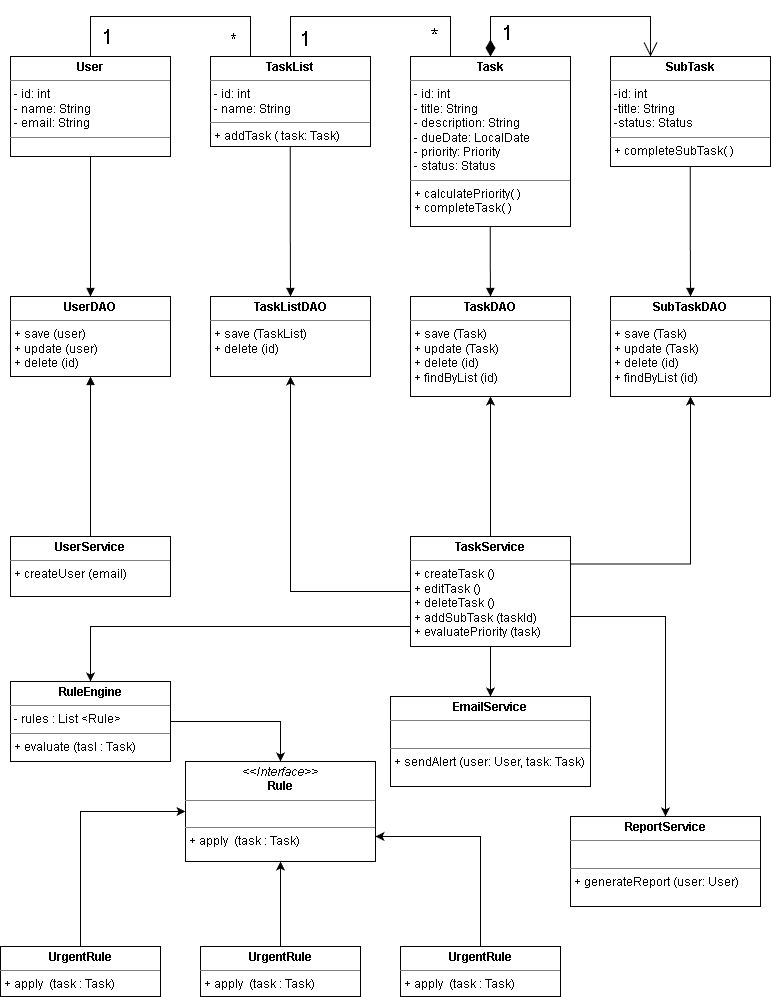
Earlier version of the draw.io export docs/uml/Diagrama_De_Clases.png (Ricardododo/PRIORIZA). Source tidied: cells renumbered, new cells last; positions are measured from the earlier drawing's top-left corner, leaving out a move shared by most shapes. Source of this version:
```xml
<mxGraphModel>
  <root>
    <mxCell id="0" />
    <mxCell id="1" parent="0" />
    <mxCell id="2" value="&lt;p style=&quot;margin:0px;margin-top:4px;text-align:center;&quot;&gt;&lt;b&gt;User&lt;/b&gt;&lt;/p&gt;&lt;hr size=&quot;1&quot; style=&quot;border-style:solid;&quot;&gt;&lt;p style=&quot;margin:0px;margin-left:4px;&quot;&gt;- id: int&lt;/p&gt;&lt;p style=&quot;margin:0px;margin-left:4px;&quot;&gt;- name: String&lt;/p&gt;&lt;p style=&quot;margin:0px;margin-left:4px;&quot;&gt;- email: String&lt;/p&gt;&lt;hr size=&quot;1&quot; style=&quot;border-style:solid;&quot;&gt;&lt;p style=&quot;margin:0px;margin-left:4px;&quot;&gt;&lt;br&gt;&lt;/p&gt;" style="verticalAlign=top;align=left;overflow=fill;html=1;whiteSpace=wrap;" parent="1" vertex="1">
      <mxGeometry x="10" y="40" width="160" height="100" as="geometry" />
    </mxCell>
    <mxCell id="3" value="&lt;p style=&quot;margin:0px;margin-top:4px;text-align:center;&quot;&gt;&lt;b&gt;TaskList&lt;/b&gt;&lt;/p&gt;&lt;hr size=&quot;1&quot; style=&quot;border-style:solid;&quot;&gt;&lt;p style=&quot;margin:0px;margin-left:4px;&quot;&gt;- id: int&lt;/p&gt;&lt;p style=&quot;margin:0px;margin-left:4px;&quot;&gt;- name: String&lt;/p&gt;&lt;hr size=&quot;1&quot; style=&quot;border-style:solid;&quot;&gt;&lt;p style=&quot;margin:0px;margin-left:4px;&quot;&gt;+ addTask ( task: Task)&lt;/p&gt;" style="verticalAlign=top;align=left;overflow=fill;html=1;whiteSpace=wrap;" parent="1" vertex="1">
      <mxGeometry x="210" y="40" width="160" height="90" as="geometry" />
    </mxCell>
    <mxCell id="4" value="&lt;p style=&quot;margin:0px;margin-top:4px;text-align:center;&quot;&gt;&lt;b&gt;Task&lt;/b&gt;&lt;/p&gt;&lt;hr size=&quot;1&quot; style=&quot;border-style:solid;&quot;&gt;&lt;p style=&quot;margin:0px;margin-left:4px;&quot;&gt;- id: int&lt;/p&gt;&lt;p style=&quot;margin:0px;margin-left:4px;&quot;&gt;- title: String&lt;/p&gt;&lt;p style=&quot;margin:0px;margin-left:4px;&quot;&gt;- description: String&lt;/p&gt;&lt;p style=&quot;margin:0px;margin-left:4px;&quot;&gt;- dueDate: LocalDate&lt;/p&gt;&lt;p style=&quot;margin:0px;margin-left:4px;&quot;&gt;- priority: Priority&lt;/p&gt;&lt;p style=&quot;margin:0px;margin-left:4px;&quot;&gt;- status: Status&lt;/p&gt;&lt;hr size=&quot;1&quot; style=&quot;border-style:solid;&quot;&gt;&lt;p style=&quot;margin:0px;margin-left:4px;&quot;&gt;+ calculatePriority( )&lt;/p&gt;&lt;p style=&quot;margin:0px;margin-left:4px;&quot;&gt;+ completeTask( )&lt;/p&gt;" style="verticalAlign=top;align=left;overflow=fill;html=1;whiteSpace=wrap;" parent="1" vertex="1">
      <mxGeometry x="410" y="40" width="160" height="170" as="geometry" />
    </mxCell>
    <mxCell id="5" value="&lt;p style=&quot;margin:0px;margin-top:4px;text-align:center;&quot;&gt;&lt;b&gt;SubTask&lt;/b&gt;&lt;/p&gt;&lt;hr size=&quot;1&quot; style=&quot;border-style:solid;&quot;&gt;&lt;p style=&quot;margin:0px;margin-left:4px;&quot;&gt;-id: int&lt;/p&gt;&lt;p style=&quot;margin:0px;margin-left:4px;&quot;&gt;-title: String&lt;/p&gt;&lt;p style=&quot;margin:0px;margin-left:4px;&quot;&gt;-status: Status&lt;/p&gt;&lt;hr size=&quot;1&quot; style=&quot;border-style:solid;&quot;&gt;&lt;p style=&quot;margin:0px;margin-left:4px;&quot;&gt;+ completeSubTask( )&lt;/p&gt;" style="verticalAlign=top;align=left;overflow=fill;html=1;whiteSpace=wrap;" parent="1" vertex="1">
      <mxGeometry x="610" y="40" width="160" height="110" as="geometry" />
    </mxCell>
    <mxCell id="6" value="&lt;p style=&quot;margin:0px;margin-top:4px;text-align:center;&quot;&gt;&lt;i&gt;&amp;lt;&amp;lt;Interface&amp;gt;&amp;gt;&lt;/i&gt;&lt;br&gt;&lt;b&gt;Rule&lt;/b&gt;&lt;/p&gt;&lt;hr size=&quot;1&quot; style=&quot;border-style:solid;&quot;&gt;&lt;p style=&quot;margin:0px;margin-left:4px;&quot;&gt;&lt;br&gt;&lt;/p&gt;&lt;hr size=&quot;1&quot; style=&quot;border-style:solid;&quot;&gt;&lt;p style=&quot;margin:0px;margin-left:4px;&quot;&gt;+ apply&amp;nbsp; (task : Task)&lt;/p&gt;" style="verticalAlign=top;align=left;overflow=fill;html=1;whiteSpace=wrap;" parent="1" vertex="1">
      <mxGeometry x="185" y="745" width="190" height="100" as="geometry" />
    </mxCell>
    <mxCell id="7" value="&lt;p style=&quot;margin:0px;margin-top:4px;text-align:center;&quot;&gt;&lt;b&gt;ReportService&lt;/b&gt;&lt;/p&gt;&lt;hr size=&quot;1&quot; style=&quot;border-style:solid;&quot;&gt;&lt;p style=&quot;margin:0px;margin-left:4px;&quot;&gt;&lt;br&gt;&lt;/p&gt;&lt;hr size=&quot;1&quot; style=&quot;border-style:solid;&quot;&gt;&lt;p style=&quot;margin:0px;margin-left:4px;&quot;&gt;+ generateReport (user: User)&lt;/p&gt;" style="verticalAlign=top;align=left;overflow=fill;html=1;whiteSpace=wrap;" parent="1" vertex="1">
      <mxGeometry x="570" y="800" width="190" height="90" as="geometry" />
    </mxCell>
    <mxCell id="8" value="&lt;p style=&quot;margin:0px;margin-top:4px;text-align:center;&quot;&gt;&lt;b&gt;EmailService&lt;/b&gt;&lt;/p&gt;&lt;hr size=&quot;1&quot; style=&quot;border-style:solid;&quot;&gt;&lt;p style=&quot;margin:0px;margin-left:4px;&quot;&gt;&lt;br&gt;&lt;/p&gt;&lt;hr size=&quot;1&quot; style=&quot;border-style:solid;&quot;&gt;&lt;p style=&quot;margin:0px;margin-left:4px;&quot;&gt;+ sendAlert (user: User, task: Task)&lt;/p&gt;" style="verticalAlign=top;align=left;overflow=fill;html=1;whiteSpace=wrap;" parent="1" vertex="1">
      <mxGeometry x="390" y="680" width="200" height="90" as="geometry" />
    </mxCell>
    <mxCell id="9" value="&lt;p style=&quot;margin:0px;margin-top:4px;text-align:center;&quot;&gt;&lt;b&gt;UserDAO&lt;/b&gt;&lt;/p&gt;&lt;hr size=&quot;1&quot; style=&quot;border-style:solid;&quot;&gt;&lt;p style=&quot;margin:0px;margin-left:4px;&quot;&gt;+ save (user)&lt;/p&gt;&lt;p style=&quot;margin:0px;margin-left:4px;&quot;&gt;+ update (user)&lt;/p&gt;&lt;p style=&quot;margin:0px;margin-left:4px;&quot;&gt;+ delete (id)&lt;/p&gt;&lt;p style=&quot;margin:0px;margin-left:4px;&quot;&gt;&lt;br&gt;&lt;/p&gt;" style="verticalAlign=top;align=left;overflow=fill;html=1;whiteSpace=wrap;" parent="1" vertex="1">
      <mxGeometry x="10" y="280" width="160" height="80" as="geometry" />
    </mxCell>
    <mxCell id="10" style="endArrow=none;html=1;edgeStyle=orthogonalEdgeStyle;rounded=0;exitX=0.5;exitY=0;exitDx=0;exitDy=0;entryX=0.25;entryY=0;entryDx=0;entryDy=0;" parent="1" edge="1" source="2" target="3">
      <mxGeometry relative="1" as="geometry">
        <Array as="points">
          <mxPoint x="90" />
          <mxPoint x="250" />
        </Array>
      </mxGeometry>
    </mxCell>
    <mxCell id="11" value="&lt;font style=&quot;font-size: 20px;&quot;&gt;1&lt;/font&gt;" style="edgeLabel;html=1;align=left;verticalAlign=bottom;" parent="10" vertex="1">
      <mxGeometry x="-1" relative="1" as="geometry">
        <mxPoint x="10" y="-6" as="offset" />
      </mxGeometry>
    </mxCell>
    <mxCell id="12" value="&lt;font style=&quot;font-size: 19px;&quot;&gt;*&lt;/font&gt;" style="edgeLabel;html=1;align=right;verticalAlign=bottom;" parent="10" vertex="1">
      <mxGeometry x="1" relative="1" as="geometry">
        <mxPoint x="-13" y="-3" as="offset" />
      </mxGeometry>
    </mxCell>
    <mxCell id="13" style="endArrow=none;html=1;edgeStyle=orthogonalEdgeStyle;rounded=0;entryX=0.25;entryY=0;entryDx=0;entryDy=0;exitX=0.5;exitY=0;exitDx=0;exitDy=0;" parent="1" edge="1" source="3" target="4">
      <mxGeometry relative="1" as="geometry">
        <Array as="points">
          <mxPoint x="290" />
          <mxPoint x="450" />
        </Array>
      </mxGeometry>
    </mxCell>
    <mxCell id="14" value="&lt;font style=&quot;font-size: 20px;&quot;&gt;1&lt;/font&gt;" style="edgeLabel;html=1;align=left;verticalAlign=bottom;" parent="13" vertex="1">
      <mxGeometry x="-1" relative="1" as="geometry">
        <mxPoint x="8" y="-4" as="offset" />
      </mxGeometry>
    </mxCell>
    <mxCell id="15" value="&lt;font style=&quot;font-size: 20px;&quot;&gt;*&lt;/font&gt;" style="edgeLabel;html=1;align=right;verticalAlign=bottom;" parent="13" vertex="1">
      <mxGeometry x="1" relative="1" as="geometry">
        <mxPoint x="-11" y="-7" as="offset" />
      </mxGeometry>
    </mxCell>
    <mxCell id="16" value="&lt;font style=&quot;font-size: 20px;&quot;&gt;1&lt;/font&gt;" style="endArrow=open;html=1;endSize=12;startArrow=diamondThin;startSize=14;startFill=1;edgeStyle=orthogonalEdgeStyle;align=left;verticalAlign=bottom;rounded=0;exitX=0.5;exitY=0;exitDx=0;exitDy=0;entryX=0.25;entryY=0;entryDx=0;entryDy=0;" parent="1" edge="1">
      <mxGeometry x="-0.92" y="-10" relative="1" as="geometry">
        <mxPoint x="490" y="40" as="sourcePoint" />
        <mxPoint x="650" y="40" as="targetPoint" />
        <Array as="points">
          <mxPoint x="490" />
          <mxPoint x="650" />
        </Array>
      </mxGeometry>
    </mxCell>
    <mxCell id="17" value="&lt;p style=&quot;margin:0px;margin-top:4px;text-align:center;&quot;&gt;&lt;b&gt;TaskListDAO&lt;/b&gt;&lt;/p&gt;&lt;hr size=&quot;1&quot; style=&quot;border-style:solid;&quot;&gt;&lt;p style=&quot;margin:0px;margin-left:4px;&quot;&gt;+ save (TaskList)&lt;/p&gt;&lt;p style=&quot;margin:0px;margin-left:4px;&quot;&gt;+ delete (id)&lt;/p&gt;" style="verticalAlign=top;align=left;overflow=fill;html=1;whiteSpace=wrap;" parent="1" vertex="1">
      <mxGeometry x="210" y="280" width="160" height="80" as="geometry" />
    </mxCell>
    <mxCell id="18" value="&lt;p style=&quot;margin:0px;margin-top:4px;text-align:center;&quot;&gt;&lt;b&gt;TaskDAO&lt;/b&gt;&lt;/p&gt;&lt;hr size=&quot;1&quot; style=&quot;border-style:solid;&quot;&gt;&lt;p style=&quot;margin:0px;margin-left:4px;&quot;&gt;+ save (Task)&lt;/p&gt;&lt;p style=&quot;margin:0px;margin-left:4px;&quot;&gt;+ update (Task)&lt;/p&gt;&lt;p style=&quot;margin:0px;margin-left:4px;&quot;&gt;+ delete (id)&lt;/p&gt;&lt;p style=&quot;margin:0px;margin-left:4px;&quot;&gt;+ findByList (id)&lt;/p&gt;" style="verticalAlign=top;align=left;overflow=fill;html=1;whiteSpace=wrap;" parent="1" vertex="1">
      <mxGeometry x="410" y="280" width="160" height="100" as="geometry" />
    </mxCell>
    <mxCell id="19" value="&lt;p style=&quot;margin:0px;margin-top:4px;text-align:center;&quot;&gt;&lt;b&gt;SubTaskDAO&lt;/b&gt;&lt;/p&gt;&lt;hr size=&quot;1&quot; style=&quot;border-style:solid;&quot;&gt;&lt;p style=&quot;margin:0px;margin-left:4px;&quot;&gt;+ save (Task)&lt;/p&gt;&lt;p style=&quot;margin:0px;margin-left:4px;&quot;&gt;+ update (Task)&lt;/p&gt;&lt;p style=&quot;margin:0px;margin-left:4px;&quot;&gt;+ delete (id)&lt;/p&gt;&lt;p style=&quot;margin:0px;margin-left:4px;&quot;&gt;+ findByList (id)&lt;/p&gt;" style="verticalAlign=top;align=left;overflow=fill;html=1;whiteSpace=wrap;" parent="1" vertex="1">
      <mxGeometry x="610" y="280" width="160" height="100" as="geometry" />
    </mxCell>
    <mxCell id="20" style="endArrow=block;endFill=1;html=1;edgeStyle=orthogonalEdgeStyle;align=left;verticalAlign=top;rounded=0;entryX=0.5;entryY=0;entryDx=0;entryDy=0;exitX=0.5;exitY=1;exitDx=0;exitDy=0;" parent="1" edge="1" source="2" target="9">
      <mxGeometry x="-1" relative="1" as="geometry" />
    </mxCell>
    <mxCell id="21" style="endArrow=block;endFill=1;html=1;edgeStyle=orthogonalEdgeStyle;align=left;verticalAlign=top;rounded=0;entryX=0.5;entryY=0;entryDx=0;entryDy=0;exitX=0.5;exitY=1;exitDx=0;exitDy=0;" parent="1" edge="1" target="17">
      <mxGeometry x="-1" relative="1" as="geometry">
        <mxPoint x="289.7" y="130" as="sourcePoint" />
      </mxGeometry>
    </mxCell>
    <mxCell id="22" style="endArrow=block;endFill=1;html=1;edgeStyle=orthogonalEdgeStyle;align=left;verticalAlign=top;rounded=0;exitX=0.5;exitY=1;exitDx=0;exitDy=0;entryX=0.5;entryY=0;entryDx=0;entryDy=0;" parent="1" edge="1" target="18">
      <mxGeometry x="-1" relative="1" as="geometry">
        <mxPoint x="489.7" y="210" as="sourcePoint" />
      </mxGeometry>
    </mxCell>
    <mxCell id="23" style="endArrow=block;endFill=1;html=1;edgeStyle=orthogonalEdgeStyle;align=left;verticalAlign=top;rounded=0;exitX=0.5;exitY=1;exitDx=0;exitDy=0;entryX=0.5;entryY=0;entryDx=0;entryDy=0;" parent="1" edge="1" target="19">
      <mxGeometry x="-1" relative="1" as="geometry">
        <mxPoint x="689.7" y="150" as="sourcePoint" />
      </mxGeometry>
    </mxCell>
    <mxCell id="24" value="&lt;p style=&quot;margin:0px;margin-top:4px;text-align:center;&quot;&gt;&lt;b&gt;UserService&lt;/b&gt;&lt;/p&gt;&lt;hr size=&quot;1&quot; style=&quot;border-style:solid;&quot;&gt;&lt;p style=&quot;margin:0px;margin-left:4px;&quot;&gt;+ createUser (email)&lt;/p&gt;&lt;p style=&quot;margin:0px;margin-left:4px;&quot;&gt;&lt;br&gt;&lt;/p&gt;" style="verticalAlign=top;align=left;overflow=fill;html=1;whiteSpace=wrap;" parent="1" vertex="1">
      <mxGeometry x="10" y="520" width="160" height="60" as="geometry" />
    </mxCell>
    <mxCell id="25" style="edgeStyle=orthogonalEdgeStyle;rounded=0;jettySize=auto;html=1;entryX=0.5;entryY=1;entryDx=0;entryDy=0;" parent="1" edge="1" source="31" target="18">
      <mxGeometry relative="1" as="geometry" />
    </mxCell>
    <mxCell id="26" style="edgeStyle=orthogonalEdgeStyle;rounded=0;jettySize=auto;html=1;entryX=0.5;entryY=1;entryDx=0;entryDy=0;exitX=1;exitY=0.25;exitDx=0;exitDy=0;" parent="1" edge="1" source="31" target="19">
      <mxGeometry relative="1" as="geometry" />
    </mxCell>
    <mxCell id="27" style="edgeStyle=orthogonalEdgeStyle;rounded=0;jettySize=auto;html=1;entryX=0.5;entryY=1;entryDx=0;entryDy=0;" parent="1" edge="1" source="31" target="17">
      <mxGeometry relative="1" as="geometry" />
    </mxCell>
    <mxCell id="28" style="edgeStyle=orthogonalEdgeStyle;rounded=0;jettySize=auto;html=1;entryX=0.5;entryY=0;entryDx=0;entryDy=0;" parent="1" edge="1" source="31" target="40">
      <mxGeometry relative="1" as="geometry">
        <Array as="points">
          <mxPoint x="90" y="610" />
        </Array>
      </mxGeometry>
    </mxCell>
    <mxCell id="29" style="edgeStyle=orthogonalEdgeStyle;rounded=0;jettySize=auto;html=1;entryX=0.5;entryY=0;entryDx=0;entryDy=0;" parent="1" edge="1" source="31" target="8">
      <mxGeometry relative="1" as="geometry" />
    </mxCell>
    <mxCell id="30" style="edgeStyle=orthogonalEdgeStyle;rounded=0;jettySize=auto;html=1;entryX=0.5;entryY=0;entryDx=0;entryDy=0;" parent="1" edge="1" source="31" target="7">
      <mxGeometry relative="1" as="geometry">
        <Array as="points">
          <mxPoint x="665" y="600" />
        </Array>
      </mxGeometry>
    </mxCell>
    <mxCell id="31" value="&lt;p style=&quot;margin:0px;margin-top:4px;text-align:center;&quot;&gt;&lt;b&gt;TaskService&lt;/b&gt;&lt;/p&gt;&lt;hr size=&quot;1&quot; style=&quot;border-style:solid;&quot;&gt;&lt;p style=&quot;margin:0px;margin-left:4px;&quot;&gt;+ createTask ()&lt;/p&gt;&lt;p style=&quot;margin:0px;margin-left:4px;&quot;&gt;+ editTask ()&lt;/p&gt;&lt;p style=&quot;margin:0px;margin-left:4px;&quot;&gt;+ deleteTask ()&lt;/p&gt;&lt;p style=&quot;margin:0px;margin-left:4px;&quot;&gt;+ addSubTask (taskId)&lt;/p&gt;&lt;p style=&quot;margin:0px;margin-left:4px;&quot;&gt;+ evaluatePriority (task)&lt;/p&gt;&lt;p style=&quot;margin:0px;margin-left:4px;&quot;&gt;&lt;br&gt;&lt;/p&gt;" style="verticalAlign=top;align=left;overflow=fill;html=1;whiteSpace=wrap;" parent="1" vertex="1">
      <mxGeometry x="410" y="520" width="160" height="110" as="geometry" />
    </mxCell>
    <mxCell id="32" style="endArrow=block;endFill=1;html=1;edgeStyle=orthogonalEdgeStyle;align=left;verticalAlign=top;rounded=0;entryX=0.5;entryY=1;entryDx=0;entryDy=0;exitX=0.5;exitY=0;exitDx=0;exitDy=0;" parent="1" edge="1" source="24" target="9">
      <mxGeometry x="-1" relative="1" as="geometry" />
    </mxCell>
    <mxCell id="33" style="edgeStyle=orthogonalEdgeStyle;rounded=0;jettySize=auto;html=1;entryX=0;entryY=0.5;entryDx=0;entryDy=0;" parent="1" edge="1" source="34" target="6">
      <mxGeometry relative="1" as="geometry">
        <Array as="points">
          <mxPoint x="80" y="795" />
        </Array>
      </mxGeometry>
    </mxCell>
    <mxCell id="34" value="&lt;p style=&quot;margin:0px;margin-top:4px;text-align:center;&quot;&gt;&lt;b&gt;UrgentRule&lt;/b&gt;&lt;/p&gt;&lt;hr size=&quot;1&quot; style=&quot;border-style:solid;&quot;&gt;&lt;p style=&quot;margin:0px;margin-left:4px;&quot;&gt;+ apply&amp;nbsp; (task : Task)&lt;/p&gt;" style="verticalAlign=top;align=left;overflow=fill;html=1;whiteSpace=wrap;" parent="1" vertex="1">
      <mxGeometry y="930" width="160" height="50" as="geometry" />
    </mxCell>
    <mxCell id="35" style="edgeStyle=orthogonalEdgeStyle;rounded=0;jettySize=auto;html=1;entryX=0.5;entryY=1;entryDx=0;entryDy=0;" parent="1" edge="1" source="36" target="6">
      <mxGeometry relative="1" as="geometry" />
    </mxCell>
    <mxCell id="36" value="&lt;p style=&quot;margin:0px;margin-top:4px;text-align:center;&quot;&gt;&lt;b&gt;UrgentRule&lt;/b&gt;&lt;/p&gt;&lt;hr size=&quot;1&quot; style=&quot;border-style:solid;&quot;&gt;&lt;p style=&quot;margin:0px;margin-left:4px;&quot;&gt;+ apply&amp;nbsp; (task : Task)&lt;/p&gt;" style="verticalAlign=top;align=left;overflow=fill;html=1;whiteSpace=wrap;" parent="1" vertex="1">
      <mxGeometry x="200" y="930" width="160" height="50" as="geometry" />
    </mxCell>
    <mxCell id="37" style="edgeStyle=orthogonalEdgeStyle;rounded=0;jettySize=auto;html=1;entryX=1;entryY=0.75;entryDx=0;entryDy=0;" parent="1" edge="1" source="38" target="6">
      <mxGeometry relative="1" as="geometry">
        <Array as="points">
          <mxPoint x="480" y="820" />
        </Array>
      </mxGeometry>
    </mxCell>
    <mxCell id="38" value="&lt;p style=&quot;margin:0px;margin-top:4px;text-align:center;&quot;&gt;&lt;b&gt;UrgentRule&lt;/b&gt;&lt;/p&gt;&lt;hr size=&quot;1&quot; style=&quot;border-style:solid;&quot;&gt;&lt;p style=&quot;margin:0px;margin-left:4px;&quot;&gt;+ apply&amp;nbsp; (task : Task)&lt;/p&gt;" style="verticalAlign=top;align=left;overflow=fill;html=1;whiteSpace=wrap;" parent="1" vertex="1">
      <mxGeometry x="400" y="930" width="160" height="50" as="geometry" />
    </mxCell>
    <mxCell id="39" style="edgeStyle=orthogonalEdgeStyle;rounded=0;jettySize=auto;html=1;entryX=0.5;entryY=0;entryDx=0;entryDy=0;" parent="1" edge="1" source="40" target="6">
      <mxGeometry relative="1" as="geometry" />
    </mxCell>
    <mxCell id="40" value="&lt;p style=&quot;margin:0px;margin-top:4px;text-align:center;&quot;&gt;&lt;b&gt;RuleEngine&lt;/b&gt;&lt;/p&gt;&lt;hr size=&quot;1&quot; style=&quot;border-style:solid;&quot;&gt;&lt;p style=&quot;margin:0px;margin-left:4px;&quot;&gt;- rules : List &amp;lt;Rule&amp;gt;&lt;/p&gt;&lt;hr size=&quot;1&quot; style=&quot;border-style:solid;&quot;&gt;&lt;p style=&quot;margin:0px;margin-left:4px;&quot;&gt;+ evaluate (tasl : Task)&lt;/p&gt;" style="verticalAlign=top;align=left;overflow=fill;html=1;whiteSpace=wrap;" parent="1" vertex="1">
      <mxGeometry x="10" y="665" width="160" height="80" as="geometry" />
    </mxCell>
  </root>
</mxGraphModel>
```
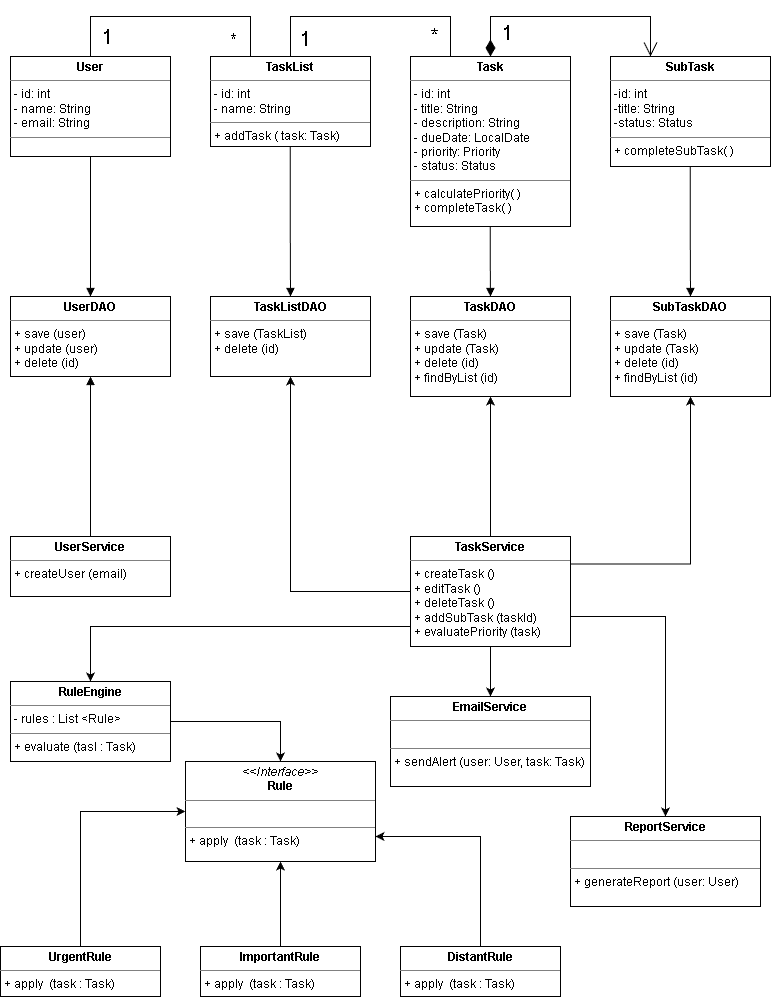
Later version of the same file.

Commit message:
Actualización del archivo UML, Diagrama de clases

What changed in the source:
```diff
@@ -147,7 +147,7 @@
     <mxCell id="35" style="edgeStyle=orthogonalEdgeStyle;rounded=0;jettySize=auto;html=1;entryX=0.5;entryY=1;entryDx=0;entryDy=0;" parent="1" edge="1" source="36" target="6">
       <mxGeometry relative="1" as="geometry" />
     </mxCell>
-    <mxCell id="36" value="&lt;p style=&quot;margin:0px;margin-top:4px;text-align:center;&quot;&gt;&lt;b&gt;UrgentRule&lt;/b&gt;&lt;/p&gt;&lt;hr size=&quot;1&quot; style=&quot;border-style:solid;&quot;&gt;&lt;p style=&quot;margin:0px;margin-left:4px;&quot;&gt;+ apply&amp;nbsp; (task : Task)&lt;/p&gt;" style="verticalAlign=top;align=left;overflow=fill;html=1;whiteSpace=wrap;" parent="1" vertex="1">
+    <mxCell id="36" value="&lt;p style=&quot;margin:0px;margin-top:4px;text-align:center;&quot;&gt;&lt;b&gt;ImportantRule&lt;/b&gt;&lt;/p&gt;&lt;hr size=&quot;1&quot; style=&quot;border-style:solid;&quot;&gt;&lt;p style=&quot;margin:0px;margin-left:4px;&quot;&gt;+ apply&amp;nbsp; (task : Task)&lt;/p&gt;" style="verticalAlign=top;align=left;overflow=fill;html=1;whiteSpace=wrap;" parent="1" vertex="1">
       <mxGeometry x="200" y="930" width="160" height="50" as="geometry" />
     </mxCell>
     <mxCell id="37" style="edgeStyle=orthogonalEdgeStyle;rounded=0;jettySize=auto;html=1;entryX=1;entryY=0.75;entryDx=0;entryDy=0;" parent="1" edge="1" source="38" target="6">
@@ -157,7 +157,7 @@
         </Array>
       </mxGeometry>
     </mxCell>
-    <mxCell id="38" value="&lt;p style=&quot;margin:0px;margin-top:4px;text-align:center;&quot;&gt;&lt;b&gt;UrgentRule&lt;/b&gt;&lt;/p&gt;&lt;hr size=&quot;1&quot; style=&quot;border-style:solid;&quot;&gt;&lt;p style=&quot;margin:0px;margin-left:4px;&quot;&gt;+ apply&amp;nbsp; (task : Task)&lt;/p&gt;" style="verticalAlign=top;align=left;overflow=fill;html=1;whiteSpace=wrap;" parent="1" vertex="1">
+    <mxCell id="38" value="&lt;p style=&quot;margin:0px;margin-top:4px;text-align:center;&quot;&gt;&lt;b&gt;DistantRule&lt;/b&gt;&lt;/p&gt;&lt;hr size=&quot;1&quot; style=&quot;border-style:solid;&quot;&gt;&lt;p style=&quot;margin:0px;margin-left:4px;&quot;&gt;+ apply&amp;nbsp; (task : Task)&lt;/p&gt;" style="verticalAlign=top;align=left;overflow=fill;html=1;whiteSpace=wrap;" parent="1" vertex="1">
       <mxGeometry x="400" y="930" width="160" height="50" as="geometry" />
     </mxCell>
     <mxCell id="39" style="edgeStyle=orthogonalEdgeStyle;rounded=0;jettySize=auto;html=1;entryX=0.5;entryY=0;entryDx=0;entryDy=0;" parent="1" edge="1" source="40" target="6">
```
